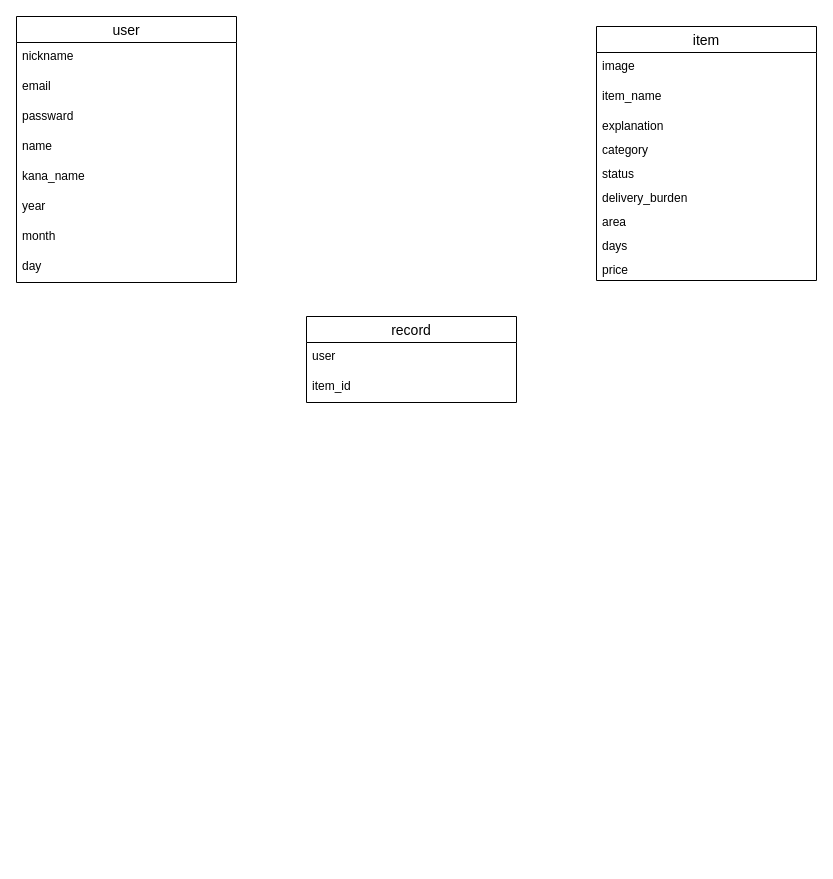
The draw.io diagram furima.dio in daiki0904/furima-35457, before the edit. Source tidied: cells renumbered, new cells numbered last; positions are measured from the earlier drawing's top-left corner, leaving out a move shared by most shapes. Both pictures are drawn from the tidied source at 100%, with x=0, y=0 at pixel (16, 16).
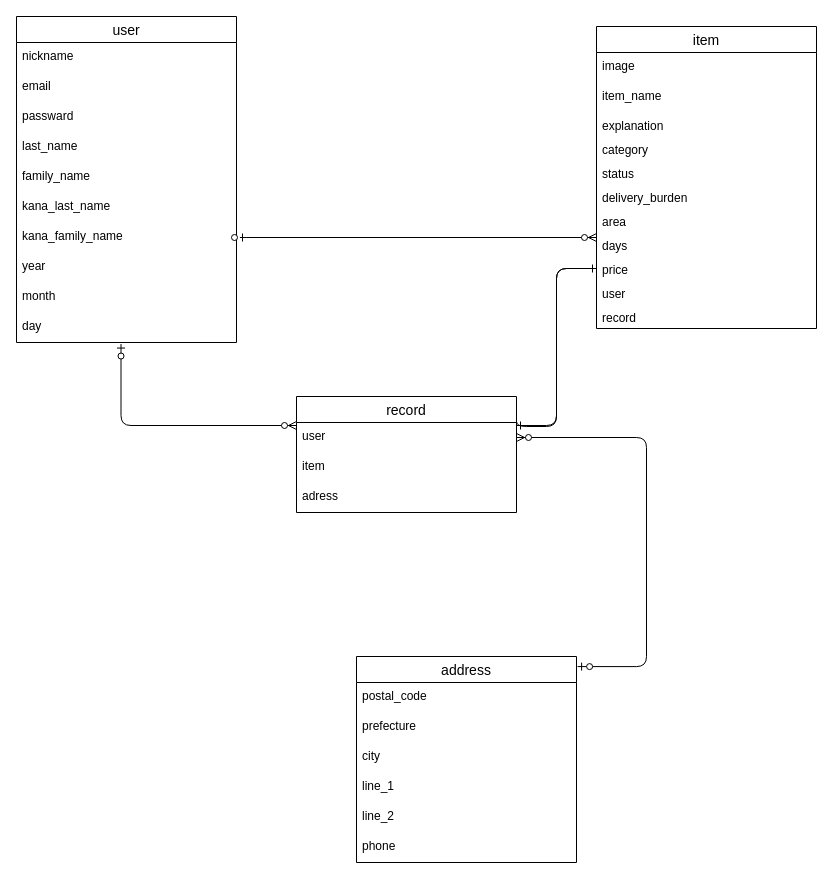
After the change.

Unchanged cells that the change refers to:
```xml
<mxCell id="20" value="price" style="text;strokeColor=none;fillColor=none;spacingLeft=4;spacingRight=4;overflow=hidden;points=[[0,0.5],[1,0.5]];portConstraint=eastwest;fontSize=12;" parent="11" vertex="1">
  <mxGeometry y="230" width="220" height="24" as="geometry" />
</mxCell>
```

The edit, as a diff of the source:
```diff
@@
     <mxCell id="2" value="user" style="swimlane;fontStyle=0;horizontal=1;startSize=26;align=center;fontSize=14;" parent="1" vertex="1">
-      <mxGeometry width="220" height="266" as="geometry" />
+      <mxGeometry width="220" height="326" as="geometry" />
     </mxCell>
@@
-    <mxCell id="6" value="name" style="text;strokeColor=none;fillColor=none;spacingLeft=4;spacingRight=4;overflow=hidden;fontSize=12;" parent="2" vertex="1">
+    <mxCell id="6" value="last_name" style="text;strokeColor=none;fillColor=none;spacingLeft=4;spacingRight=4;overflow=hidden;fontSize=12;" parent="2" vertex="1">
       <mxGeometry y="116" width="220" height="30" as="geometry" />
     </mxCell>
+    <mxCell id="24" value="family_name" style="text;strokeColor=none;fillColor=none;spacingLeft=4;spacingRight=4;overflow=hidden;fontSize=12;" parent="2" vertex="1">
+      <mxGeometry y="146" width="220" height="30" as="geometry" />
+    </mxCell>
-    <mxCell id="7" value="kana_name" style="text;strokeColor=none;fillColor=none;spacingLeft=4;spacingRight=4;overflow=hidden;fontSize=12;" parent="2" vertex="1">
-      <mxGeometry y="146" width="220" height="30" as="geometry" />
+    <mxCell id="7" value="kana_last_name" style="text;strokeColor=none;fillColor=none;spacingLeft=4;spacingRight=4;overflow=hidden;fontSize=12;" parent="2" vertex="1">
+      <mxGeometry y="176" width="220" height="30" as="geometry" />
     </mxCell>
+    <mxCell id="25" value="kana_family_name" style="text;strokeColor=none;fillColor=none;spacingLeft=4;spacingRight=4;overflow=hidden;fontSize=12;" parent="2" vertex="1">
+      <mxGeometry y="206" width="220" height="30" as="geometry" />
+    </mxCell>
     <mxCell id="8" value="year" style="text;strokeColor=none;fillColor=none;spacingLeft=4;spacingRight=4;overflow=hidden;fontSize=12;" parent="2" vertex="1">
-      <mxGeometry y="176" width="220" height="30" as="geometry" />
+      <mxGeometry y="236" width="220" height="30" as="geometry" />
     </mxCell>
     <mxCell id="9" value="month" style="text;strokeColor=none;fillColor=none;spacingLeft=4;spacingRight=4;overflow=hidden;fontSize=12;" parent="2" vertex="1">
-      <mxGeometry y="206" width="220" height="30" as="geometry" />
+      <mxGeometry y="266" width="220" height="30" as="geometry" />
     </mxCell>
     <mxCell id="10" value="day" style="text;strokeColor=none;fillColor=none;spacingLeft=4;spacingRight=4;overflow=hidden;points=[[0,0.5],[1,0.5]];portConstraint=eastwest;fontSize=12;" parent="2" vertex="1">
-      <mxGeometry y="236" width="220" height="30" as="geometry" />
+      <mxGeometry y="296" width="220" height="30" as="geometry" />
     </mxCell>
     <mxCell id="11" value="item" style="swimlane;fontStyle=0;horizontal=1;startSize=26;align=center;fontSize=14;" parent="1" vertex="1">
-      <mxGeometry x="580" y="10" width="220" height="254" as="geometry" />
+      <mxGeometry x="580" y="10" width="220" height="302" as="geometry" />
     </mxCell>
@@
+    <mxCell id="26" value="user" style="text;strokeColor=none;fillColor=none;spacingLeft=4;spacingRight=4;overflow=hidden;fontSize=12;" parent="11" vertex="1">
+      <mxGeometry y="254" width="220" height="24" as="geometry" />
+    </mxCell>
+    <mxCell id="27" value="record" style="text;strokeColor=none;fillColor=none;spacingLeft=4;spacingRight=4;overflow=hidden;fontSize=12;" parent="11" vertex="1">
+      <mxGeometry y="278" width="220" height="24" as="geometry" />
+    </mxCell>
     <mxCell id="21" value="record" style="swimlane;fontStyle=0;horizontal=1;startSize=26;align=center;fontSize=14;" parent="1" vertex="1">
-      <mxGeometry x="290" y="300" width="210" height="86" as="geometry" />
+      <mxGeometry x="280" y="380" width="220" height="116" as="geometry" />
     </mxCell>
     <mxCell id="22" value="user" style="text;strokeColor=none;fillColor=none;spacingLeft=4;spacingRight=4;overflow=hidden;points=[[0,0.5],[1,0.5]];portConstraint=eastwest;fontSize=12;" parent="21" vertex="1">
-      <mxGeometry y="26" width="210" height="30" as="geometry" />
+      <mxGeometry y="26" width="220" height="30" as="geometry" />
     </mxCell>
-    <mxCell id="23" value="item_id" style="text;strokeColor=none;fillColor=none;spacingLeft=4;spacingRight=4;overflow=hidden;fontSize=12;" parent="21" vertex="1">
-      <mxGeometry y="56" width="210" height="30" as="geometry" />
+    <mxCell id="23" value="item" style="text;strokeColor=none;fillColor=none;spacingLeft=4;spacingRight=4;overflow=hidden;fontSize=12;" parent="21" vertex="1">
+      <mxGeometry y="56" width="220" height="30" as="geometry" />
     </mxCell>
+    <mxCell id="28" value="adress" style="text;strokeColor=none;fillColor=none;spacingLeft=4;spacingRight=4;overflow=hidden;fontSize=12;" parent="21" vertex="1">
+      <mxGeometry y="86" width="220" height="30" as="geometry" />
+    </mxCell>
+    <mxCell id="29" value="address" style="swimlane;fontStyle=0;horizontal=1;startSize=26;align=center;fontSize=14;" parent="1" vertex="1">
+      <mxGeometry x="340" y="640" width="220" height="206" as="geometry" />
+    </mxCell>
+    <mxCell id="30" value="postal_code" style="text;strokeColor=none;fillColor=none;spacingLeft=4;spacingRight=4;overflow=hidden;fontSize=12;" parent="29" vertex="1">
+      <mxGeometry y="26" width="220" height="30" as="geometry" />
+    </mxCell>
+    <mxCell id="31" value="prefecture" style="text;strokeColor=none;fillColor=none;spacingLeft=4;spacingRight=4;overflow=hidden;fontSize=12;" parent="29" vertex="1">
+      <mxGeometry y="56" width="220" height="30" as="geometry" />
+    </mxCell>
+    <mxCell id="32" value="city" style="text;strokeColor=none;fillColor=none;spacingLeft=4;spacingRight=4;overflow=hidden;fontSize=12;" parent="29" vertex="1">
+      <mxGeometry y="86" width="220" height="30" as="geometry" />
+    </mxCell>
+    <mxCell id="33" value="line_1" style="text;strokeColor=none;fillColor=none;spacingLeft=4;spacingRight=4;overflow=hidden;fontSize=12;" parent="29" vertex="1">
+      <mxGeometry y="116" width="220" height="30" as="geometry" />
+    </mxCell>
+    <mxCell id="34" value="line_2" style="text;strokeColor=none;fillColor=none;spacingLeft=4;spacingRight=4;overflow=hidden;fontSize=12;" parent="29" vertex="1">
+      <mxGeometry y="146" width="220" height="30" as="geometry" />
+    </mxCell>
+    <mxCell id="35" value="phone" style="text;strokeColor=none;fillColor=none;spacingLeft=4;spacingRight=4;overflow=hidden;fontSize=12;" parent="29" vertex="1">
+      <mxGeometry y="176" width="220" height="30" as="geometry" />
+    </mxCell>
+    <mxCell id="36" style="edgeStyle=elbowEdgeStyle;fontSize=12;html=1;endArrow=ERzeroToMany;startArrow=ERzeroToOne;" parent="1" edge="1">
+      <mxGeometry relative="1" as="geometry">
+        <mxPoint x="230" y="221" as="sourcePoint" />
+        <mxPoint x="580" y="221" as="targetPoint" />
+        <Array as="points">
+          <mxPoint x="220" y="230" />
+        </Array>
+      </mxGeometry>
+    </mxCell>
+    <mxCell id="37" style="edgeStyle=orthogonalEdgeStyle;fontSize=12;html=1;endArrow=ERzeroToMany;startArrow=ERzeroToOne;exitX=0.475;exitY=1.052;exitDx=0;exitDy=0;exitPerimeter=0;entryX=0;entryY=0.25;entryDx=0;entryDy=0;" parent="1" edge="1" source="10" target="21">
+      <mxGeometry relative="1" as="geometry">
+        <Array as="points">
+          <mxPoint x="105" y="409" />
+        </Array>
+      </mxGeometry>
+    </mxCell>
+    <mxCell id="38" style="edgeStyle=orthogonalEdgeStyle;fontSize=12;html=1;endArrow=ERzeroToMany;startArrow=ERzeroToOne;exitX=1.005;exitY=0.049;exitDx=0;exitDy=0;exitPerimeter=0;" parent="1" edge="1" source="29" target="22">
+      <mxGeometry relative="1" as="geometry">
+        <Array as="points">
+          <mxPoint x="630" y="650" />
+          <mxPoint x="630" y="421" />
+        </Array>
+      </mxGeometry>
+    </mxCell>
+    <mxCell id="39" style="edgeStyle=orthogonalEdgeStyle;fontSize=12;html=1;endArrow=ERone;endFill=1;entryX=0;entryY=0.5;entryDx=0;entryDy=0;" parent="1" edge="1" target="20">
+      <mxGeometry relative="1" as="geometry">
+        <mxPoint x="500" y="400" as="sourcePoint" />
+        <Array as="points">
+          <mxPoint x="500" y="410" />
+          <mxPoint x="540" y="410" />
+          <mxPoint x="540" y="252" />
+        </Array>
+      </mxGeometry>
+    </mxCell>
+    <mxCell id="40" style="edgeStyle=elbowEdgeStyle;fontSize=12;html=1;endArrow=ERone;endFill=1;entryX=1;entryY=0.25;entryDx=0;entryDy=0;exitX=0;exitY=0.5;exitDx=0;exitDy=0;" parent="1" edge="1" source="20" target="21">
+      <mxGeometry relative="1" as="geometry">
+        <Array as="points">
+          <mxPoint x="540" y="330" />
+        </Array>
+      </mxGeometry>
+    </mxCell>
```
